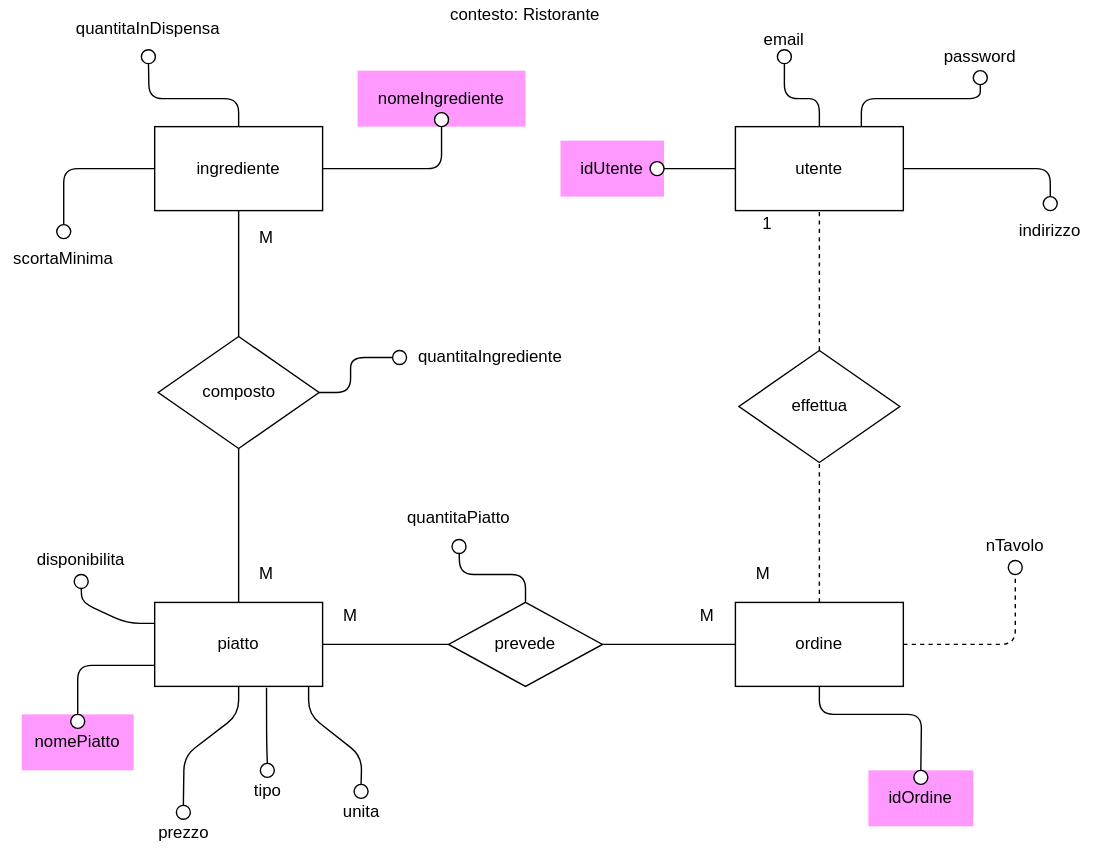
Santeenee/ExamProject keeps this draw.io diagram as E-R_diagram.svg. Above is the earlier version. Source tidied: cells renumbered, new cells last; positions are measured from the earlier drawing's top-left corner, leaving out a move shared by most shapes.
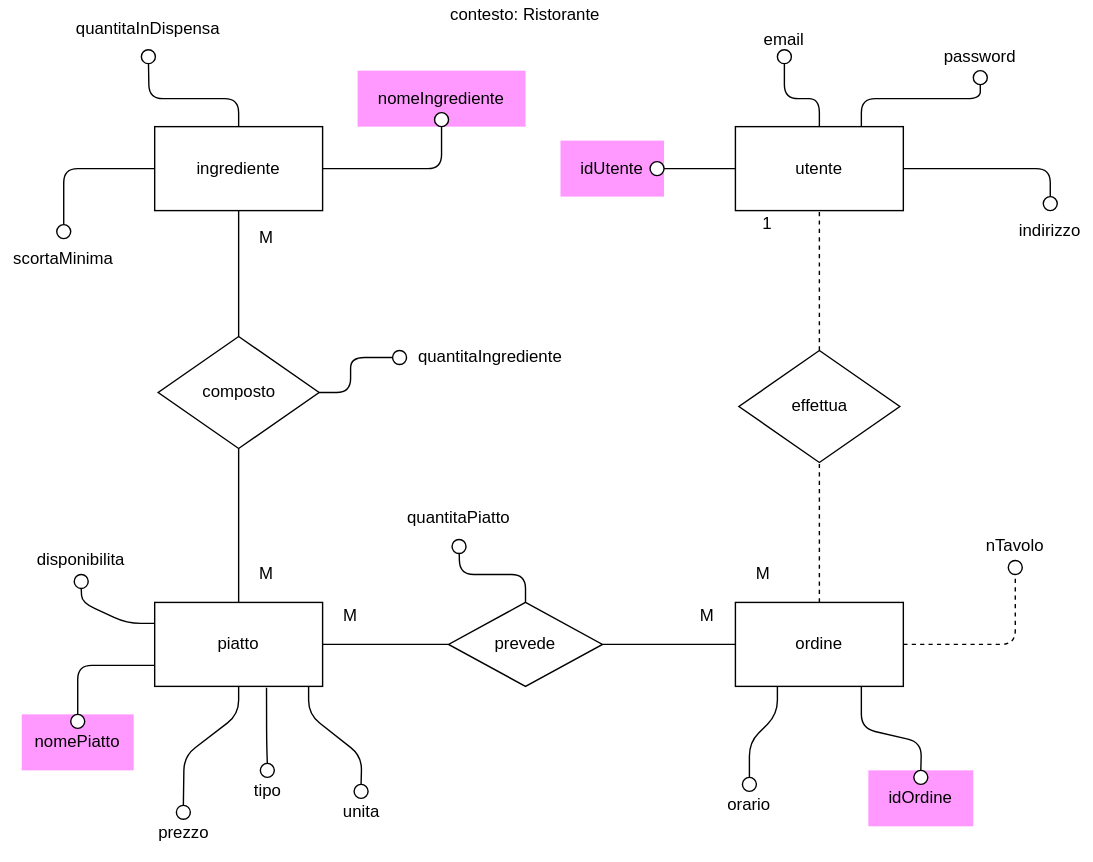
After the change.

Commit message:
Update E-R_diagram.svg with orario in ordine

Change to the diagram source:
```diff
@@ -134,11 +134,11 @@
         </Array>
       </mxGeometry>
     </mxCell>
-    <mxCell id="40" style="endArrow=none;html=1;exitX=0.5;exitY=1;exitDx=0;exitDy=0;entryX=0.5;entryY=0;entryDx=0;entryDy=0;" parent="1" edge="1" source="2" target="13">
+    <mxCell id="40" style="endArrow=none;html=1;exitX=0.75;exitY=1;exitDx=0;exitDy=0;entryX=0.5;entryY=0;entryDx=0;entryDy=0;" parent="1" edge="1" source="2" target="13">
       <mxGeometry relative="1" as="geometry">
         <Array as="points">
-          <mxPoint x="585" y="510" />
-          <mxPoint x="658" y="510" />
+          <mxPoint x="615" y="520" />
+          <mxPoint x="658" y="530" />
         </Array>
       </mxGeometry>
     </mxCell>
@@ -276,5 +276,19 @@
         </Array>
       </mxGeometry>
     </mxCell>
+    <mxCell id="70" value="orario" style="text;html=1;strokeColor=none;fillColor=none;align=center;verticalAlign=middle;whiteSpace=wrap;rounded=0;" parent="1" vertex="1">
+      <mxGeometry x="505" y="555" width="60" height="40" as="geometry" />
+    </mxCell>
+    <mxCell id="71" style="ellipse;whiteSpace=wrap;html=1;fillColor=#FFFFFF;" parent="1" vertex="1">
+      <mxGeometry x="530" y="555" width="10" height="10" as="geometry" />
+    </mxCell>
+    <mxCell id="72" style="endArrow=none;html=1;exitX=0.25;exitY=1;exitDx=0;exitDy=0;entryX=0.5;entryY=0;entryDx=0;entryDy=0;" parent="1" edge="1" source="2" target="70">
+      <mxGeometry relative="1" as="geometry">
+        <Array as="points">
+          <mxPoint x="555" y="510" />
+          <mxPoint x="535" y="530" />
+        </Array>
+      </mxGeometry>
+    </mxCell>
   </root>
 </mxGraphModel>
```
